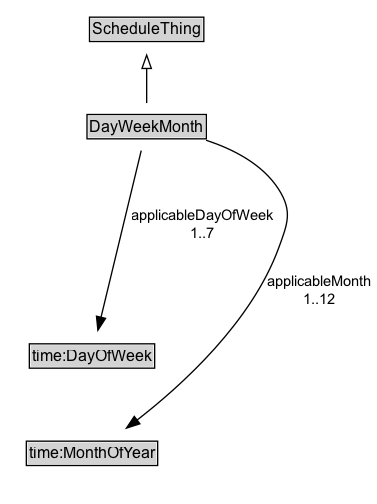
Above: docs/diagrams/DayWeekMonth.dot.png in k-vaughn/ontology-its-time (Graphviz), before the change. Its source is kept beside it as docs/diagrams/DayWeekMonth.dot. Its diagram source:
```dot
digraph {
	graph [overlap=false rankdir=TB splines=true]
	node [fontname=Arial fontsize=12 margin=0 shape=none]
	edge [fontname=Arial fontsize=11]
	{
		rank=source
		ScheduleThing [label=<<TABLE BORDER="1" CELLBORDER="0" CELLSPACING="0" CELLPADDING="1"><TR><TD BGCOLOR="lightgray" ALIGN="CENTER">ScheduleThing</TD></TR></TABLE>> URL="../ScheduleThing" margin=0]
	}
	DayWeekMonth [label=<<TABLE BORDER="1" CELLBORDER="0" CELLSPACING="0" CELLPADDING="1"><TR><TD BGCOLOR="lightgray" ALIGN="CENTER">DayWeekMonth</TD></TR></TABLE>> URL="../DayWeekMonth" margin=0]
	{
		rank=max
	}
	subgraph cluster_associated {
		label="" style=invis
		Invis [label=<<TABLE BORDER="0" CELLBORDER="0" CELLSPACING="0" CELLPADDING="1"><TR><TD></TD></TR></TABLE>> margin=0 style=invis]
		time_DayOfWeek [label=<<TABLE BORDER="1" CELLBORDER="0" CELLSPACING="0" CELLPADDING="1"><TR><TD BGCOLOR="lightgray" ALIGN="CENTER">time:DayOfWeek</TD></TR></TABLE>> URL="https://w3id.org/citydata/imported/time/latest/DayOfWeek" margin=0]
		time_MonthOfYear [label=<<TABLE BORDER="1" CELLBORDER="0" CELLSPACING="0" CELLPADDING="1"><TR><TD BGCOLOR="lightgray" ALIGN="CENTER">time:MonthOfYear</TD></TR></TABLE>> URL="https://w3id.org/citydata/imported/time/latest/MonthOfYear" margin=0]
	}
	DayWeekMonth -> ScheduleThing [arrowhead=onormal style=solid]
	DayWeekMonth -> Invis [style=invis]
	Invis -> time_DayOfWeek [style=invis]
	time_DayOfWeek -> time_MonthOfYear [style=invis]
	time_DayOfWeek [label=<<TABLE BORDER="1" CELLBORDER="0" CELLSPACING="0" CELLPADDING="1"><TR><TD BGCOLOR="lightgray" ALIGN="CENTER">time:DayOfWeek</TD></TR></TABLE>> URL="https://w3id.org/citydata/imported/time/latest/DayOfWeek" margin=0]
	DayWeekMonth -> time_DayOfWeek [label="applicableDayOfWeek
1..7" arrowhead=normal style=solid]
	time_MonthOfYear [label=<<TABLE BORDER="1" CELLBORDER="0" CELLSPACING="0" CELLPADDING="1"><TR><TD BGCOLOR="lightgray" ALIGN="CENTER">time:MonthOfYear</TD></TR></TABLE>> URL="https://w3id.org/citydata/imported/time/latest/MonthOfYear" margin=0]
	DayWeekMonth -> time_MonthOfYear [label="applicableMonth
1..12" arrowhead=normal style=solid]
}
```
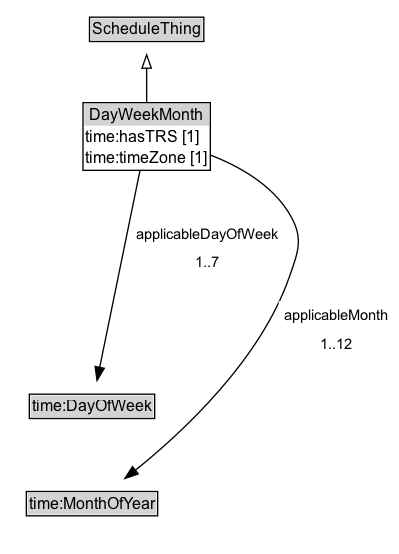
The same file after the commit.

Change to the diagram source:
```diff
@@ -6,7 +6,7 @@
 		rank=source
 		ScheduleThing [label=<<TABLE BORDER="1" CELLBORDER="0" CELLSPACING="0" CELLPADDING="1"><TR><TD BGCOLOR="lightgray" ALIGN="CENTER">ScheduleThing</TD></TR></TABLE>> URL="../ScheduleThing" margin=0]
 	}
-	DayWeekMonth [label=<<TABLE BORDER="1" CELLBORDER="0" CELLSPACING="0" CELLPADDING="1"><TR><TD BGCOLOR="lightgray" ALIGN="CENTER">DayWeekMonth</TD></TR></TABLE>> URL="../DayWeekMonth" margin=0]
+	DayWeekMonth [label=<<TABLE BORDER="1" CELLBORDER="0" CELLSPACING="0" CELLPADDING="1"><TR><TD BGCOLOR="lightgray" ALIGN="CENTER">DayWeekMonth</TD></TR><TR><TD ALIGN="LEFT">time:hasTRS [1]</TD></TR><TR><TD ALIGN="LEFT">time:timeZone [1]</TD></TR></TABLE>> URL="../DayWeekMonth" margin=0]
 	{
 		rank=max
 	}
@@ -21,9 +21,7 @@
 	Invis -> time_DayOfWeek [style=invis]
 	time_DayOfWeek -> time_MonthOfYear [style=invis]
 	time_DayOfWeek [label=<<TABLE BORDER="1" CELLBORDER="0" CELLSPACING="0" CELLPADDING="1"><TR><TD BGCOLOR="lightgray" ALIGN="CENTER">time:DayOfWeek</TD></TR></TABLE>> URL="https://w3id.org/citydata/imported/time/latest/DayOfWeek" margin=0]
-	DayWeekMonth -> time_DayOfWeek [label="applicableDayOfWeek
-1..7" arrowhead=normal style=solid]
+	DayWeekMonth -> time_DayOfWeek [label=<<TABLE BORDER="0" CELLBORDER="0" CELLSPACING="0" CELLPADDING="4" BGCOLOR="white"><TR><TD ALIGN="CENTER">applicableDayOfWeek</TD></TR><TR><TD ALIGN="CENTER">1..7</TD></TR></TABLE>> arrowhead=normal style=solid]
 	time_MonthOfYear [label=<<TABLE BORDER="1" CELLBORDER="0" CELLSPACING="0" CELLPADDING="1"><TR><TD BGCOLOR="lightgray" ALIGN="CENTER">time:MonthOfYear</TD></TR></TABLE>> URL="https://w3id.org/citydata/imported/time/latest/MonthOfYear" margin=0]
-	DayWeekMonth -> time_MonthOfYear [label="applicableMonth
-1..12" arrowhead=normal style=solid]
+	DayWeekMonth -> time_MonthOfYear [label=<<TABLE BORDER="0" CELLBORDER="0" CELLSPACING="0" CELLPADDING="4" BGCOLOR="white"><TR><TD ALIGN="CENTER">applicableMonth</TD></TR><TR><TD ALIGN="CENTER">1..12</TD></TR></TABLE>> arrowhead=normal style=solid]
 }
```
